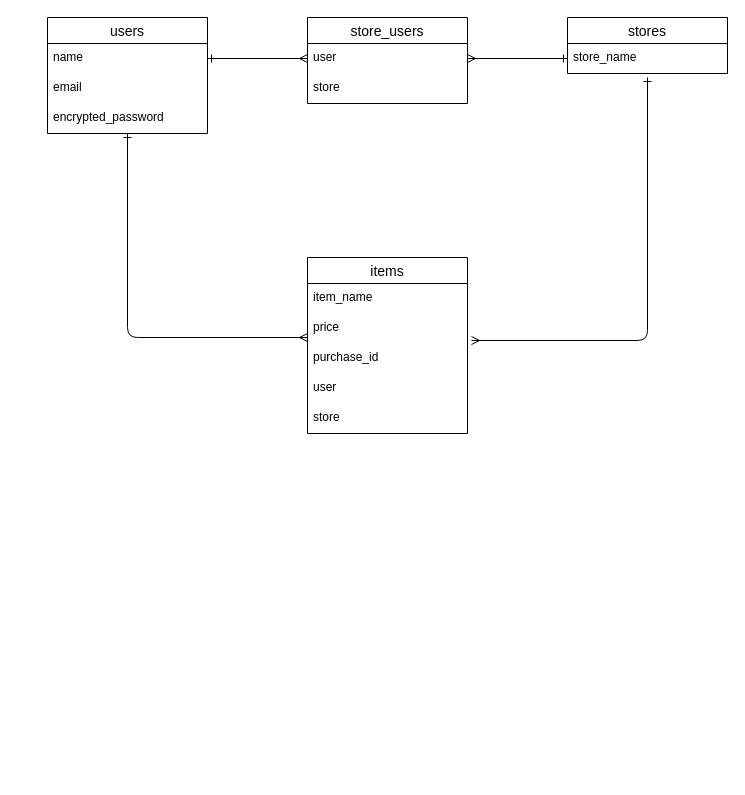
The draw.io diagram shoppinglist.dio in yoshimihi6/shopping-list, before the edit. Source tidied: cells renumbered, new cells numbered last; positions are measured from the earlier drawing's top-left corner, leaving out a move shared by most shapes. Both pictures are drawn from the tidied source at 100%, with x=0, y=0 at pixel (47, 17).
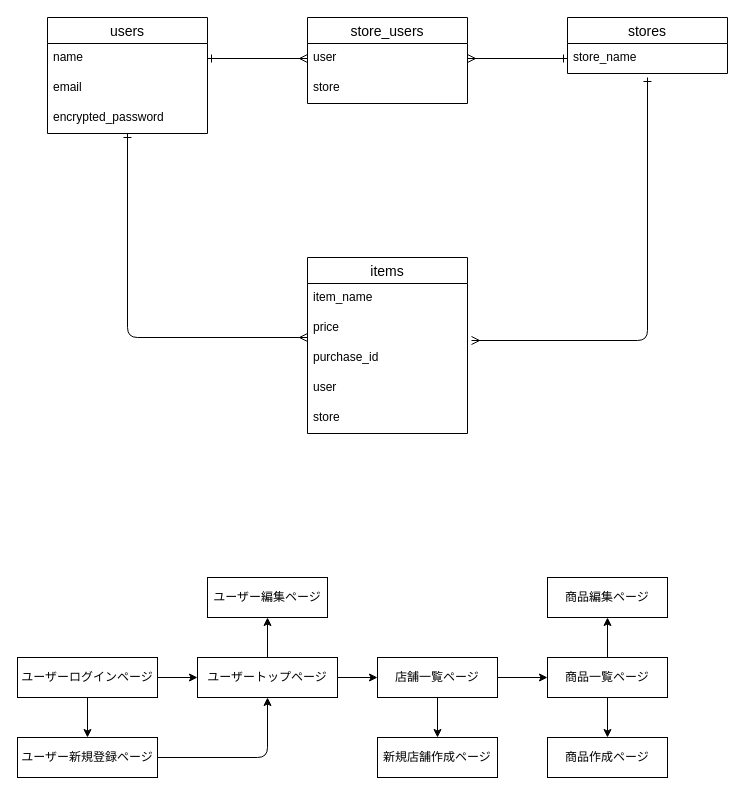
The same diagram, later.

What changed in the source:
```diff
@@
+    <mxCell id="21" style="edgeStyle=none;html=1;exitX=1;exitY=0.5;exitDx=0;exitDy=0;entryX=0;entryY=0.5;entryDx=0;entryDy=0;startArrow=none;startFill=0;endArrow=classic;endFill=1;" parent="1" edge="1" source="23" target="26">
+      <mxGeometry relative="1" as="geometry" />
+    </mxCell>
+    <mxCell id="22" style="edgeStyle=none;html=1;exitX=0.5;exitY=1;exitDx=0;exitDy=0;entryX=0.5;entryY=0;entryDx=0;entryDy=0;startArrow=none;startFill=0;endArrow=classic;endFill=1;" parent="1" edge="1" source="23" target="28">
+      <mxGeometry relative="1" as="geometry" />
+    </mxCell>
+    <mxCell id="23" value="ユーザーログインページ" style="rounded=0;whiteSpace=wrap;html=1;" parent="1" vertex="1">
+      <mxGeometry x="-30" y="640" width="140" height="40" as="geometry" />
+    </mxCell>
+    <mxCell id="24" style="edgeStyle=none;html=1;exitX=1;exitY=0.5;exitDx=0;exitDy=0;entryX=0;entryY=0.5;entryDx=0;entryDy=0;startArrow=none;startFill=0;endArrow=classic;endFill=1;" parent="1" edge="1" source="26" target="31">
+      <mxGeometry relative="1" as="geometry" />
+    </mxCell>
+    <mxCell id="25" style="edgeStyle=none;html=1;exitX=0.5;exitY=0;exitDx=0;exitDy=0;entryX=0.5;entryY=1;entryDx=0;entryDy=0;startArrow=none;startFill=0;endArrow=classic;endFill=1;" parent="1" edge="1" source="26" target="38">
+      <mxGeometry relative="1" as="geometry" />
+    </mxCell>
+    <mxCell id="26" value="ユーザートップページ" style="rounded=0;whiteSpace=wrap;html=1;" parent="1" vertex="1">
+      <mxGeometry x="150" y="640" width="140" height="40" as="geometry" />
+    </mxCell>
+    <mxCell id="27" style="edgeStyle=none;html=1;exitX=1;exitY=0.5;exitDx=0;exitDy=0;entryX=0.5;entryY=1;entryDx=0;entryDy=0;startArrow=none;startFill=0;endArrow=classic;endFill=1;" parent="1" edge="1" source="28" target="26">
+      <mxGeometry relative="1" as="geometry">
+        <Array as="points">
+          <mxPoint x="220" y="740" />
+        </Array>
+      </mxGeometry>
+    </mxCell>
+    <mxCell id="28" value="ユーザー新規登録ページ" style="rounded=0;whiteSpace=wrap;html=1;" parent="1" vertex="1">
+      <mxGeometry x="-30" y="720" width="140" height="40" as="geometry" />
+    </mxCell>
+    <mxCell id="29" style="edgeStyle=none;html=1;entryX=0.5;entryY=0;entryDx=0;entryDy=0;startArrow=none;startFill=0;endArrow=classic;endFill=1;" parent="1" edge="1" source="31" target="32">
+      <mxGeometry relative="1" as="geometry" />
+    </mxCell>
+    <mxCell id="30" style="edgeStyle=none;html=1;entryX=0;entryY=0.5;entryDx=0;entryDy=0;startArrow=none;startFill=0;endArrow=classic;endFill=1;" parent="1" edge="1" source="31" target="35">
+      <mxGeometry relative="1" as="geometry" />
+    </mxCell>
+    <mxCell id="31" value="店舗一覧ページ" style="rounded=0;whiteSpace=wrap;html=1;" parent="1" vertex="1">
+      <mxGeometry x="330" y="640" width="120" height="40" as="geometry" />
+    </mxCell>
+    <mxCell id="32" value="新規店舗作成ページ" style="rounded=0;whiteSpace=wrap;html=1;" parent="1" vertex="1">
+      <mxGeometry x="330" y="720" width="120" height="40" as="geometry" />
+    </mxCell>
+    <mxCell id="33" style="edgeStyle=none;html=1;exitX=0.5;exitY=1;exitDx=0;exitDy=0;entryX=0.5;entryY=0;entryDx=0;entryDy=0;startArrow=none;startFill=0;endArrow=classic;endFill=1;" parent="1" edge="1" source="35" target="36">
+      <mxGeometry relative="1" as="geometry" />
+    </mxCell>
+    <mxCell id="34" style="edgeStyle=none;html=1;exitX=0.5;exitY=0;exitDx=0;exitDy=0;entryX=0.5;entryY=1;entryDx=0;entryDy=0;startArrow=none;startFill=0;endArrow=classic;endFill=1;" parent="1" edge="1" source="35" target="37">
+      <mxGeometry relative="1" as="geometry" />
+    </mxCell>
+    <mxCell id="35" value="商品一覧ページ" style="rounded=0;whiteSpace=wrap;html=1;" parent="1" vertex="1">
+      <mxGeometry x="500" y="640" width="120" height="40" as="geometry" />
+    </mxCell>
+    <mxCell id="36" value="商品作成ページ" style="rounded=0;whiteSpace=wrap;html=1;" parent="1" vertex="1">
+      <mxGeometry x="500" y="720" width="120" height="40" as="geometry" />
+    </mxCell>
+    <mxCell id="37" value="商品編集ページ" style="rounded=0;whiteSpace=wrap;html=1;" parent="1" vertex="1">
+      <mxGeometry x="500" y="560" width="120" height="40" as="geometry" />
+    </mxCell>
+    <mxCell id="38" value="ユーザー編集ページ" style="rounded=0;whiteSpace=wrap;html=1;" parent="1" vertex="1">
+      <mxGeometry x="160" y="560" width="120" height="40" as="geometry" />
+    </mxCell>
```
